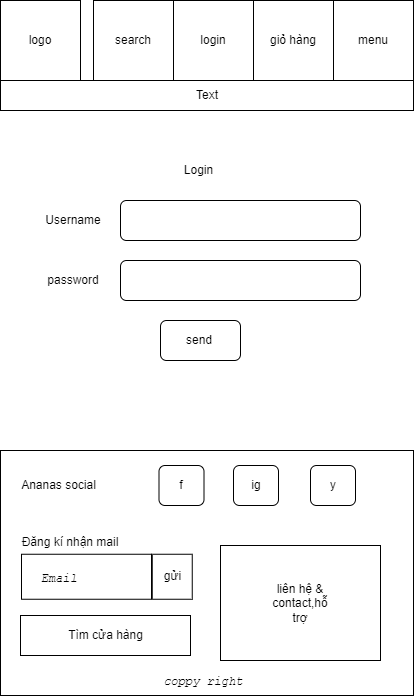
The draw.io diagram assignment/img/contact(mobile).png in z3dat/web106_ph36652, before a commit. Source tidied: cells renumbered, new cells last; positions are measured from the earlier drawing's top-left corner, leaving out a move shared by most shapes.
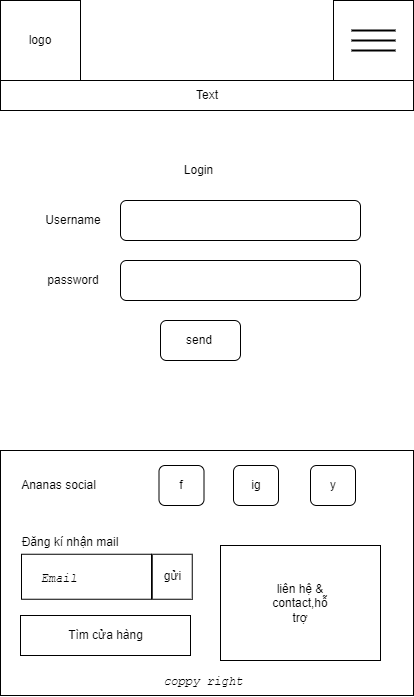
Later version of the same file.

Diff of the diagram source:
```diff
@@ -8,30 +8,6 @@
     <mxCell id="3" value="logo" style="text;html=1;strokeColor=none;fillColor=none;align=center;verticalAlign=middle;whiteSpace=wrap;rounded=0;" parent="1" vertex="1">
       <mxGeometry x="10" y="25" width="60" height="30" as="geometry" />
     </mxCell>
-    <mxCell id="4" style="whiteSpace=wrap;html=1;" parent="1" vertex="1">
-      <mxGeometry x="333" width="80" height="80" as="geometry" />
-    </mxCell>
-    <mxCell id="5" value="menu" style="text;html=1;strokeColor=none;fillColor=none;align=center;verticalAlign=middle;whiteSpace=wrap;rounded=0;" parent="1" vertex="1">
-      <mxGeometry x="343" y="25" width="60" height="30" as="geometry" />
-    </mxCell>
-    <mxCell id="6" style="whiteSpace=wrap;html=1;" parent="1" vertex="1">
-      <mxGeometry x="253" width="80" height="80" as="geometry" />
-    </mxCell>
-    <mxCell id="7" style="whiteSpace=wrap;html=1;" parent="1" vertex="1">
-      <mxGeometry x="173" width="80" height="80" as="geometry" />
-    </mxCell>
-    <mxCell id="8" style="whiteSpace=wrap;html=1;" parent="1" vertex="1">
-      <mxGeometry x="93" width="80" height="80" as="geometry" />
-    </mxCell>
-    <mxCell id="9" value="search" style="text;html=1;strokeColor=none;fillColor=none;align=center;verticalAlign=middle;whiteSpace=wrap;rounded=0;" parent="1" vertex="1">
-      <mxGeometry x="103" y="25" width="60" height="30" as="geometry" />
-    </mxCell>
-    <mxCell id="10" value="login" style="text;html=1;strokeColor=none;fillColor=none;align=center;verticalAlign=middle;whiteSpace=wrap;rounded=0;" parent="1" vertex="1">
-      <mxGeometry x="183" y="25" width="60" height="30" as="geometry" />
-    </mxCell>
-    <mxCell id="11" value="giỏ hàng" style="text;html=1;strokeColor=none;fillColor=none;align=center;verticalAlign=middle;whiteSpace=wrap;rounded=0;" parent="1" vertex="1">
-      <mxGeometry x="263" y="25" width="60" height="30" as="geometry" />
-    </mxCell>
     <mxCell id="12" style="rounded=0;whiteSpace=wrap;html=1;perimeterSpacing=0;" parent="1" vertex="1">
       <mxGeometry y="80" width="413" height="30" as="geometry" />
     </mxCell>
@@ -113,5 +89,17 @@
     <mxCell id="38" value="liên hệ &amp;amp; contact,hỗ trợ" style="text;html=1;strokeColor=none;fillColor=none;align=center;verticalAlign=middle;whiteSpace=wrap;rounded=0;" parent="1" vertex="1">
       <mxGeometry x="270" y="588" width="60" height="30" as="geometry" />
     </mxCell>
+    <mxCell id="4" style="whiteSpace=wrap;html=1;" parent="1" vertex="1">
+      <mxGeometry x="333" width="80" height="80" as="geometry" />
+    </mxCell>
+    <mxCell id="39" style="line;strokeWidth=2;html=1;" parent="1" vertex="1">
+      <mxGeometry x="351" y="25" width="44" height="10" as="geometry" />
+    </mxCell>
+    <mxCell id="40" style="line;strokeWidth=2;html=1;" parent="1" vertex="1">
+      <mxGeometry x="351" y="35" width="44" height="10" as="geometry" />
+    </mxCell>
+    <mxCell id="41" style="line;strokeWidth=2;html=1;" parent="1" vertex="1">
+      <mxGeometry x="351" y="45" width="44" height="10" as="geometry" />
+    </mxCell>
   </root>
 </mxGraphModel>
```
